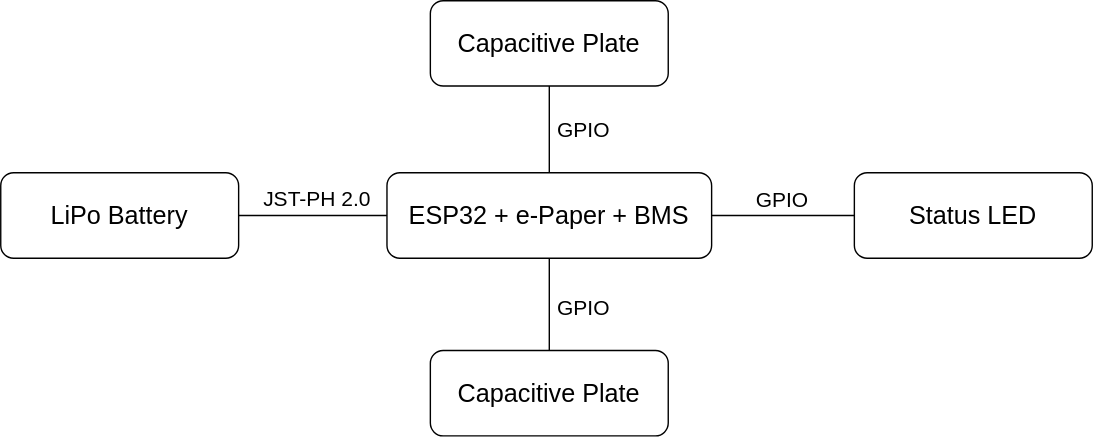
Earlier version of the draw.io export SailTrack Monitor/hardware-diagram.svg (metisvela/sailtrack). Source tidied: cells renumbered, new cells last; positions are measured from the earlier drawing's top-left corner, leaving out a move shared by most shapes. The source it was exported from:
```xml
<mxGraphModel background="#FFFFFF">
  <root>
    <mxCell id="0" />
    <mxCell id="1" parent="0" />
    <mxCell id="2" style="edgeStyle=orthogonalEdgeStyle;rounded=0;jettySize=auto;html=1;exitX=0.5;exitY=0;exitDx=0;exitDy=0;entryX=0.5;entryY=1;entryDx=0;entryDy=0;endArrow=none;endFill=0;" parent="1" edge="1" source="8" target="10">
      <mxGeometry relative="1" as="geometry" />
    </mxCell>
    <mxCell id="3" value="&lt;font style=&quot;font-size: 15px&quot;&gt;GPIO&lt;/font&gt;" style="edgeLabel;html=1;align=left;verticalAlign=middle;fontSize=15;" parent="2" vertex="1">
      <mxGeometry x="0.03" y="-4" relative="1" as="geometry" />
    </mxCell>
    <mxCell id="4" style="edgeStyle=orthogonalEdgeStyle;rounded=0;jettySize=auto;html=1;exitX=0.5;exitY=1;exitDx=0;exitDy=0;entryX=0.5;entryY=0;entryDx=0;entryDy=0;endArrow=none;endFill=0;" parent="1" edge="1" source="8" target="11">
      <mxGeometry relative="1" as="geometry" />
    </mxCell>
    <mxCell id="5" value="GPIO" style="edgeLabel;html=1;align=left;verticalAlign=middle;fontSize=15;" parent="4" vertex="1">
      <mxGeometry x="0.07" y="-3" relative="1" as="geometry">
        <mxPoint x="7" as="offset" />
      </mxGeometry>
    </mxCell>
    <mxCell id="6" style="edgeStyle=orthogonalEdgeStyle;rounded=0;jettySize=auto;html=1;exitX=0;exitY=0.5;exitDx=0;exitDy=0;entryX=1;entryY=0.5;entryDx=0;entryDy=0;endArrow=none;endFill=0;" parent="1" edge="1" source="8" target="9">
      <mxGeometry relative="1" as="geometry" />
    </mxCell>
    <mxCell id="7" value="JST-PH 2.0" style="edgeLabel;html=1;align=left;verticalAlign=bottom;fontSize=15;" parent="6" vertex="1">
      <mxGeometry x="-0.04" y="4" relative="1" as="geometry">
        <mxPoint x="-39" y="-5.5" as="offset" />
      </mxGeometry>
    </mxCell>
    <mxCell id="8" value="ESP32 + e-Paper + BMS" style="rounded=1;whiteSpace=wrap;html=1;fontSize=18;" parent="1" vertex="1">
      <mxGeometry x="276" y="123" width="232" height="61" as="geometry" />
    </mxCell>
    <mxCell id="9" value="LiPo Battery" style="rounded=1;whiteSpace=wrap;html=1;fontSize=18;" parent="1" vertex="1">
      <mxGeometry y="123" width="170" height="61" as="geometry" />
    </mxCell>
    <mxCell id="10" value="Capacitive Plate" style="rounded=1;whiteSpace=wrap;html=1;fontSize=18;" parent="1" vertex="1">
      <mxGeometry x="307" width="170" height="61" as="geometry" />
    </mxCell>
    <mxCell id="11" value="Capacitive Plate" style="rounded=1;whiteSpace=wrap;html=1;fontSize=18;" parent="1" vertex="1">
      <mxGeometry x="307" y="250" width="170" height="61" as="geometry" />
    </mxCell>
    <mxCell id="12" style="edgeStyle=orthogonalEdgeStyle;rounded=0;jettySize=auto;html=1;exitX=0;exitY=0.5;exitDx=0;exitDy=0;entryX=1;entryY=0.5;entryDx=0;entryDy=0;endArrow=none;endFill=0;" parent="1" edge="1" source="14" target="8">
      <mxGeometry relative="1" as="geometry" />
    </mxCell>
    <mxCell id="13" value="GPIO" style="edgeLabel;html=1;align=left;verticalAlign=middle;fontSize=15;" parent="12" vertex="1">
      <mxGeometry x="0.04" y="-1" relative="1" as="geometry">
        <mxPoint x="-19" y="-10.5" as="offset" />
      </mxGeometry>
    </mxCell>
    <mxCell id="14" value="Status LED" style="rounded=1;whiteSpace=wrap;html=1;fontSize=18;" parent="1" vertex="1">
      <mxGeometry x="610" y="123" width="170" height="61" as="geometry" />
    </mxCell>
  </root>
</mxGraphModel>
```
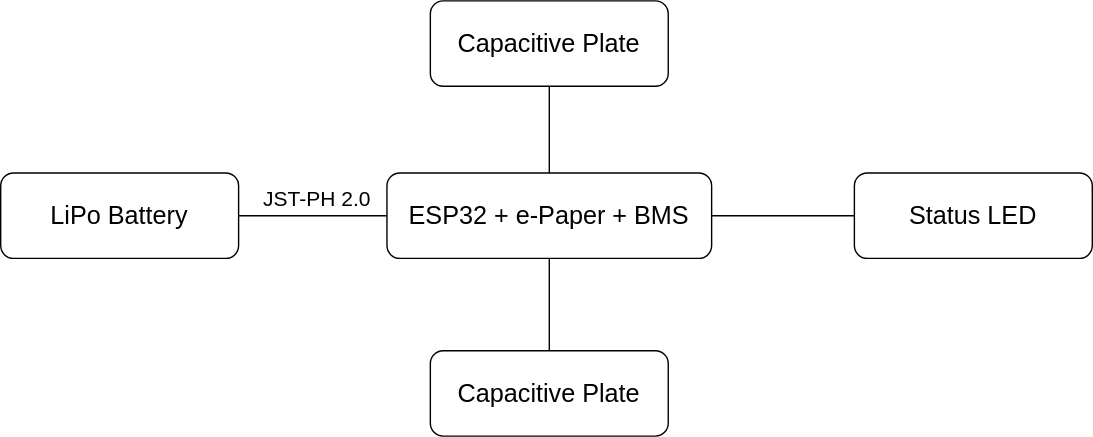
The same file after the commit.

Change to the diagram source:
```diff
@@ -5,17 +5,9 @@
     <mxCell id="2" style="edgeStyle=orthogonalEdgeStyle;rounded=0;jettySize=auto;html=1;exitX=0.5;exitY=0;exitDx=0;exitDy=0;entryX=0.5;entryY=1;entryDx=0;entryDy=0;endArrow=none;endFill=0;" parent="1" edge="1" source="8" target="10">
       <mxGeometry relative="1" as="geometry" />
     </mxCell>
-    <mxCell id="3" value="&lt;font style=&quot;font-size: 15px&quot;&gt;GPIO&lt;/font&gt;" style="edgeLabel;html=1;align=left;verticalAlign=middle;fontSize=15;" parent="2" vertex="1">
-      <mxGeometry x="0.03" y="-4" relative="1" as="geometry" />
-    </mxCell>
     <mxCell id="4" style="edgeStyle=orthogonalEdgeStyle;rounded=0;jettySize=auto;html=1;exitX=0.5;exitY=1;exitDx=0;exitDy=0;entryX=0.5;entryY=0;entryDx=0;entryDy=0;endArrow=none;endFill=0;" parent="1" edge="1" source="8" target="11">
       <mxGeometry relative="1" as="geometry" />
     </mxCell>
-    <mxCell id="5" value="GPIO" style="edgeLabel;html=1;align=left;verticalAlign=middle;fontSize=15;" parent="4" vertex="1">
-      <mxGeometry x="0.07" y="-3" relative="1" as="geometry">
-        <mxPoint x="7" as="offset" />
-      </mxGeometry>
-    </mxCell>
     <mxCell id="6" style="edgeStyle=orthogonalEdgeStyle;rounded=0;jettySize=auto;html=1;exitX=0;exitY=0.5;exitDx=0;exitDy=0;entryX=1;entryY=0.5;entryDx=0;entryDy=0;endArrow=none;endFill=0;" parent="1" edge="1" source="8" target="9">
       <mxGeometry relative="1" as="geometry" />
     </mxCell>
@@ -39,11 +31,6 @@
     <mxCell id="12" style="edgeStyle=orthogonalEdgeStyle;rounded=0;jettySize=auto;html=1;exitX=0;exitY=0.5;exitDx=0;exitDy=0;entryX=1;entryY=0.5;entryDx=0;entryDy=0;endArrow=none;endFill=0;" parent="1" edge="1" source="14" target="8">
       <mxGeometry relative="1" as="geometry" />
     </mxCell>
-    <mxCell id="13" value="GPIO" style="edgeLabel;html=1;align=left;verticalAlign=middle;fontSize=15;" parent="12" vertex="1">
-      <mxGeometry x="0.04" y="-1" relative="1" as="geometry">
-        <mxPoint x="-19" y="-10.5" as="offset" />
-      </mxGeometry>
-    </mxCell>
     <mxCell id="14" value="Status LED" style="rounded=1;whiteSpace=wrap;html=1;fontSize=18;" parent="1" vertex="1">
       <mxGeometry x="610" y="123" width="170" height="61" as="geometry" />
     </mxCell>
```
